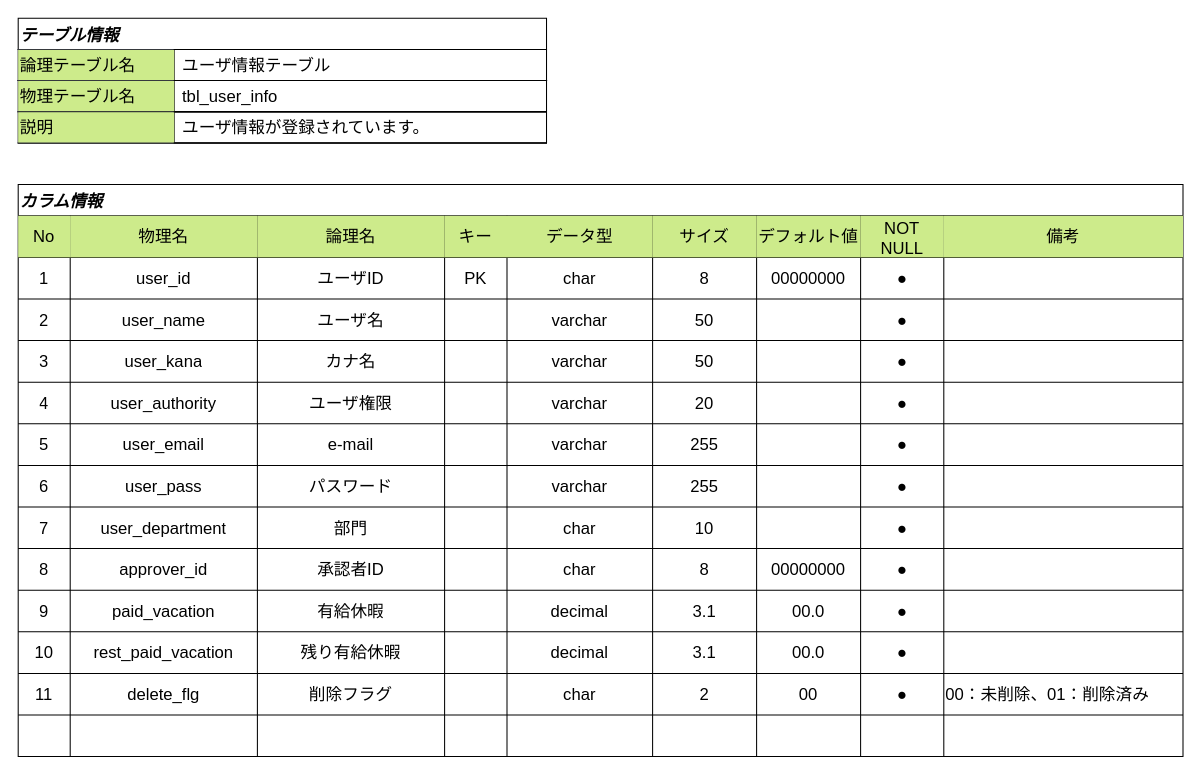
Above: docs/database/tbl_user_info.drawio in youkobaske/agentSupport-attendanceSystem (draw.io), before the change. Source tidied: cells renumbered, new cells numbered last; positions are measured from the earlier drawing's top-left corner, leaving out a move shared by most shapes. Both pictures are drawn from the tidied source at 104%, with x=0, y=0 at pixel (18, 18).
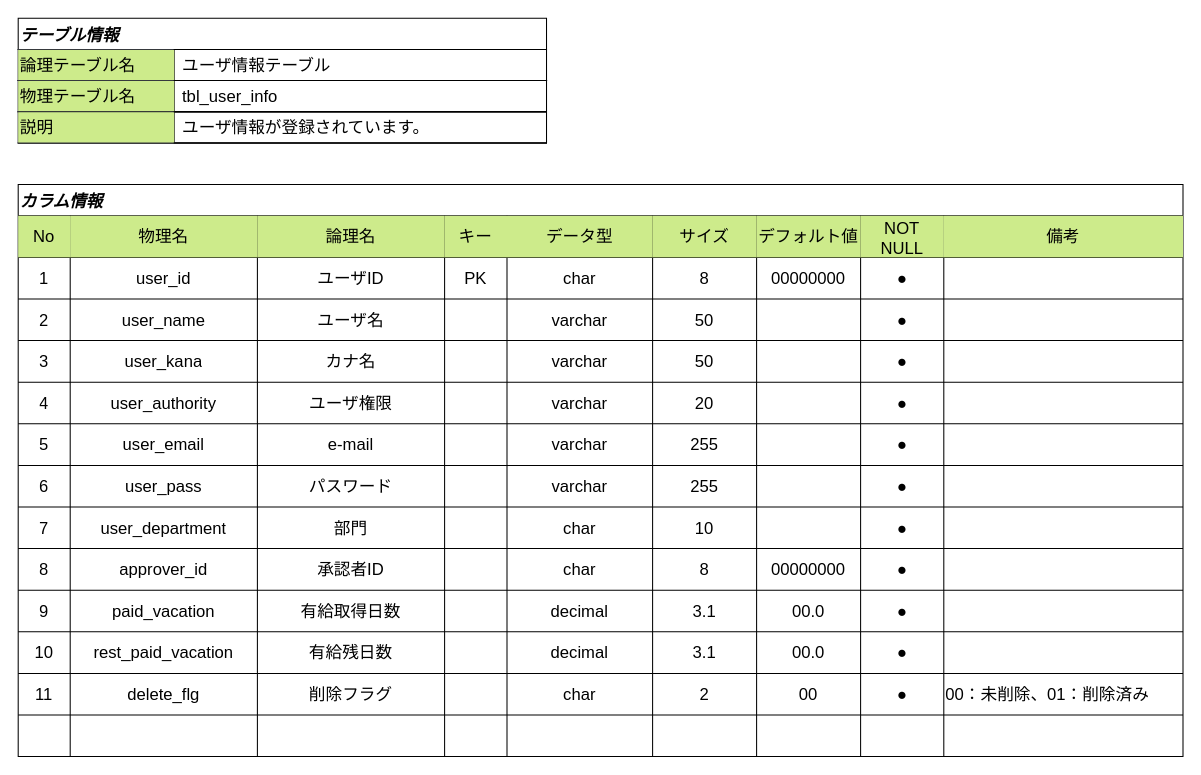
Above is the later version.

Commit message (it also covers changes not shown here):
論理名を一部修正

The change refers to these unchanged cells:
```xml
<mxCell id="103" style="shape=tableRow;horizontal=0;startSize=0;swimlaneHead=0;swimlaneBody=0;strokeColor=inherit;top=0;left=0;bottom=0;right=0;fillColor=none;fontSize=16;" parent="12" vertex="1">
  <mxGeometry y="390" width="1120" height="40" as="geometry" />
</mxCell>
<mxCell id="113" style="shape=tableRow;horizontal=0;startSize=0;swimlaneHead=0;swimlaneBody=0;strokeColor=inherit;top=0;left=0;bottom=0;right=0;fillColor=none;fontSize=16;" parent="12" vertex="1">
  <mxGeometry y="430" width="1120" height="40" as="geometry" />
</mxCell>
```

Change to the diagram source:
```diff
@@
-    <mxCell id="106" value="有給休暇" style="shape=partialRectangle;html=1;whiteSpace=wrap;strokeColor=inherit;overflow=hidden;fillColor=none;top=0;left=0;bottom=0;right=0;fontSize=16;" parent="103" vertex="1">
+    <mxCell id="106" value="有給取得日数" style="shape=partialRectangle;html=1;whiteSpace=wrap;strokeColor=inherit;overflow=hidden;fillColor=none;top=0;left=0;bottom=0;right=0;fontSize=16;" parent="103" vertex="1">
       <mxGeometry x="230" width="180" height="40" as="geometry" />
     </mxCell>
@@
-    <mxCell id="116" value="残り有給休暇" style="shape=partialRectangle;html=1;whiteSpace=wrap;strokeColor=inherit;overflow=hidden;fillColor=none;top=0;left=0;bottom=0;right=0;fontSize=16;" parent="113" vertex="1">
+    <mxCell id="116" value="有給残日数" style="shape=partialRectangle;html=1;whiteSpace=wrap;strokeColor=inherit;overflow=hidden;fillColor=none;top=0;left=0;bottom=0;right=0;fontSize=16;" parent="113" vertex="1">
       <mxGeometry x="230" width="180" height="40" as="geometry" />
     </mxCell>
```
